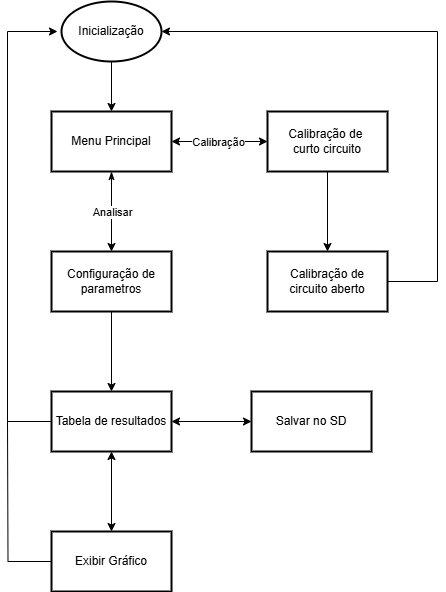
Earlier version of the draw.io export Figuras/metodologia/fluxoTelas.png (wellytomOC/TCC). Source tidied: cells renumbered, new cells last; positions are measured from the earlier drawing's top-left corner, leaving out a move shared by most shapes.
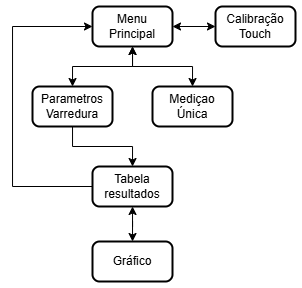
Later version of the same file.

The edit, as a diff of the source:
```diff
@@ -2,82 +2,46 @@
   <root>
     <mxCell id="0" />
     <mxCell id="1" parent="0" />
-    <mxCell id="2" style="edgeStyle=orthogonalEdgeStyle;rounded=0;jettySize=auto;html=1;" parent="1" edge="1" source="3" target="18">
+    <mxCell id="2" style="edgeStyle=orthogonalEdgeStyle;rounded=0;jettySize=auto;html=1;startArrow=classic;startFill=1;" parent="1" edge="1" source="5" target="7">
       <mxGeometry relative="1" as="geometry" />
     </mxCell>
-    <mxCell id="3" value="&lt;div&gt;Inicialização&lt;/div&gt;" style="strokeWidth=2;html=1;shape=mxgraph.flowchart.start_1;whiteSpace=wrap;" parent="1" vertex="1">
-      <mxGeometry x="54" width="100" height="60" as="geometry" />
+    <mxCell id="3" style="edgeStyle=orthogonalEdgeStyle;rounded=0;jettySize=auto;html=1;startArrow=classic;startFill=1;" parent="1" edge="1" source="5" target="8">
+      <mxGeometry relative="1" as="geometry" />
     </mxCell>
-    <mxCell id="4" style="edgeStyle=orthogonalEdgeStyle;rounded=0;jettySize=auto;html=1;" parent="1" edge="1" source="5" target="8">
+    <mxCell id="4" style="edgeStyle=orthogonalEdgeStyle;rounded=0;jettySize=auto;html=1;startArrow=classic;startFill=1;" parent="1" edge="1" source="5" target="9">
       <mxGeometry relative="1" as="geometry" />
     </mxCell>
-    <mxCell id="5" value="Calibração de&amp;nbsp;&lt;div&gt;curto circuito&lt;/div&gt;" style="whiteSpace=wrap;html=1;strokeWidth=2;" parent="1" vertex="1">
-      <mxGeometry x="260" y="110" width="120" height="60" as="geometry" />
+    <mxCell id="5" value="Menu Principal" style="rounded=1;whiteSpace=wrap;html=1;absoluteArcSize=1;arcSize=14;strokeWidth=2;" parent="1" vertex="1">
+      <mxGeometry x="41" y="670" width="80" height="40" as="geometry" />
     </mxCell>
-    <mxCell id="6" style="edgeStyle=orthogonalEdgeStyle;rounded=0;jettySize=auto;html=1;" parent="1" edge="1" source="7" target="13">
+    <mxCell id="6" style="edgeStyle=orthogonalEdgeStyle;rounded=0;jettySize=auto;html=1;" parent="1" edge="1" source="7" target="12">
       <mxGeometry relative="1" as="geometry" />
     </mxCell>
-    <mxCell id="7" value="Configuração de parametros" style="whiteSpace=wrap;html=1;strokeWidth=2;" parent="1" vertex="1">
-      <mxGeometry x="44" y="250" width="120" height="60" as="geometry" />
+    <mxCell id="7" value="Parametros Varredura" style="rounded=1;whiteSpace=wrap;html=1;absoluteArcSize=1;arcSize=14;strokeWidth=2;" parent="1" vertex="1">
+      <mxGeometry x="-19" y="750" width="80" height="40" as="geometry" />
     </mxCell>
-    <mxCell id="8" value="Calibração de&lt;div&gt;circuito aberto&lt;/div&gt;" style="whiteSpace=wrap;html=1;strokeWidth=2;" parent="1" vertex="1">
-      <mxGeometry x="260" y="250" width="120" height="60" as="geometry" />
+    <mxCell id="8" value="Mediçao Única" style="rounded=1;whiteSpace=wrap;html=1;absoluteArcSize=1;arcSize=14;strokeWidth=2;" parent="1" vertex="1">
+      <mxGeometry x="101" y="750" width="80" height="40" as="geometry" />
     </mxCell>
-    <mxCell id="9" style="edgeStyle=orthogonalEdgeStyle;rounded=0;jettySize=auto;html=1;entryX=1;entryY=0.5;entryDx=0;entryDy=0;entryPerimeter=0;" parent="1" edge="1" source="8" target="3">
-      <mxGeometry relative="1" as="geometry">
-        <Array as="points">
-          <mxPoint x="430" y="280" />
-          <mxPoint x="430" y="30" />
-        </Array>
-      </mxGeometry>
+    <mxCell id="9" value="Calibração Touch" style="rounded=1;whiteSpace=wrap;html=1;absoluteArcSize=1;arcSize=14;strokeWidth=2;" parent="1" vertex="1">
+      <mxGeometry x="164" y="670" width="80" height="40" as="geometry" />
     </mxCell>
-    <mxCell id="10" style="edgeStyle=orthogonalEdgeStyle;rounded=0;jettySize=auto;html=1;startArrow=classic;startFill=1;" parent="1" edge="1" source="13" target="19">
-      <mxGeometry relative="1" as="geometry" />
+    <mxCell id="10" style="edgeStyle=orthogonalEdgeStyle;rounded=0;jettySize=auto;html=1;entryX=0;entryY=0.5;entryDx=0;entryDy=0;" parent="1" edge="1" source="12" target="5">
+      <mxGeometry relative="1" as="geometry">
+        <Array as="points">
+          <mxPoint x="-39" y="850" />
+          <mxPoint x="-39" y="690" />
+        </Array>
+      </mxGeometry>
     </mxCell>
-    <mxCell id="11" style="edgeStyle=orthogonalEdgeStyle;rounded=0;jettySize=auto;html=1;startArrow=classic;startFill=1;" parent="1" edge="1" source="13" target="21">
+    <mxCell id="11" style="edgeStyle=orthogonalEdgeStyle;rounded=0;jettySize=auto;html=1;startArrow=classic;startFill=1;" parent="1" edge="1" source="12" target="13">
       <mxGeometry relative="1" as="geometry" />
     </mxCell>
-    <mxCell id="12" style="edgeStyle=orthogonalEdgeStyle;rounded=0;jettySize=auto;html=1;" parent="1" edge="1" source="13">
-      <mxGeometry relative="1" as="geometry">
-        <mxPoint x="50" y="30" as="targetPoint" />
-        <Array as="points">
-          <mxPoint y="420" />
-          <mxPoint y="30" />
-        </Array>
-      </mxGeometry>
+    <mxCell id="12" value="Tabela resultados" style="rounded=1;whiteSpace=wrap;html=1;absoluteArcSize=1;arcSize=14;strokeWidth=2;" parent="1" vertex="1">
+      <mxGeometry x="41" y="830" width="80" height="40" as="geometry" />
     </mxCell>
-    <mxCell id="13" value="Tabela de resultados" style="whiteSpace=wrap;html=1;strokeWidth=2;" parent="1" vertex="1">
-      <mxGeometry x="44" y="390" width="120" height="60" as="geometry" />
+    <mxCell id="13" value="Gráfico" style="rounded=1;whiteSpace=wrap;html=1;absoluteArcSize=1;arcSize=14;strokeWidth=2;" parent="1" vertex="1">
+      <mxGeometry x="41" y="905" width="80" height="40" as="geometry" />
     </mxCell>
-    <mxCell id="14" style="edgeStyle=orthogonalEdgeStyle;rounded=0;jettySize=auto;html=1;startArrow=classic;startFill=1;" parent="1" edge="1" source="18" target="5">
-      <mxGeometry relative="1" as="geometry" />
-    </mxCell>
-    <mxCell id="15" value="Calibração" style="edgeLabel;html=1;align=center;verticalAlign=middle;" parent="14" vertex="1">
-      <mxGeometry x="-0.2" y="1" relative="1" as="geometry">
-        <mxPoint x="8" y="1" as="offset" />
-      </mxGeometry>
-    </mxCell>
-    <mxCell id="16" style="edgeStyle=orthogonalEdgeStyle;rounded=0;jettySize=auto;html=1;startArrow=classicThin;startFill=1;" parent="1" edge="1" source="18" target="7">
-      <mxGeometry relative="1" as="geometry" />
-    </mxCell>
-    <mxCell id="17" value="Analisar" style="edgeLabel;html=1;align=center;verticalAlign=middle;" parent="16" vertex="1">
-      <mxGeometry x="-0.12" y="3" relative="1" as="geometry">
-        <mxPoint x="-3" y="5" as="offset" />
-      </mxGeometry>
-    </mxCell>
-    <mxCell id="18" value="Menu Principal" style="whiteSpace=wrap;html=1;strokeWidth=2;" parent="1" vertex="1">
-      <mxGeometry x="44" y="110" width="120" height="60" as="geometry" />
-    </mxCell>
-    <mxCell id="19" value="Salvar no SD" style="whiteSpace=wrap;html=1;strokeWidth=2;" parent="1" vertex="1">
-      <mxGeometry x="244" y="390" width="120" height="60" as="geometry" />
-    </mxCell>
-    <mxCell id="20" style="edgeStyle=orthogonalEdgeStyle;rounded=0;jettySize=auto;html=1;endArrow=none;startFill=0;" parent="1" edge="1" source="21">
-      <mxGeometry relative="1" as="geometry">
-        <mxPoint y="420" as="targetPoint" />
-      </mxGeometry>
-    </mxCell>
-    <mxCell id="21" value="Exibir Gráfico" style="whiteSpace=wrap;html=1;strokeWidth=2;" parent="1" vertex="1">
-      <mxGeometry x="44" y="530" width="120" height="60" as="geometry" />
-    </mxCell>
   </root>
 </mxGraphModel>
```
